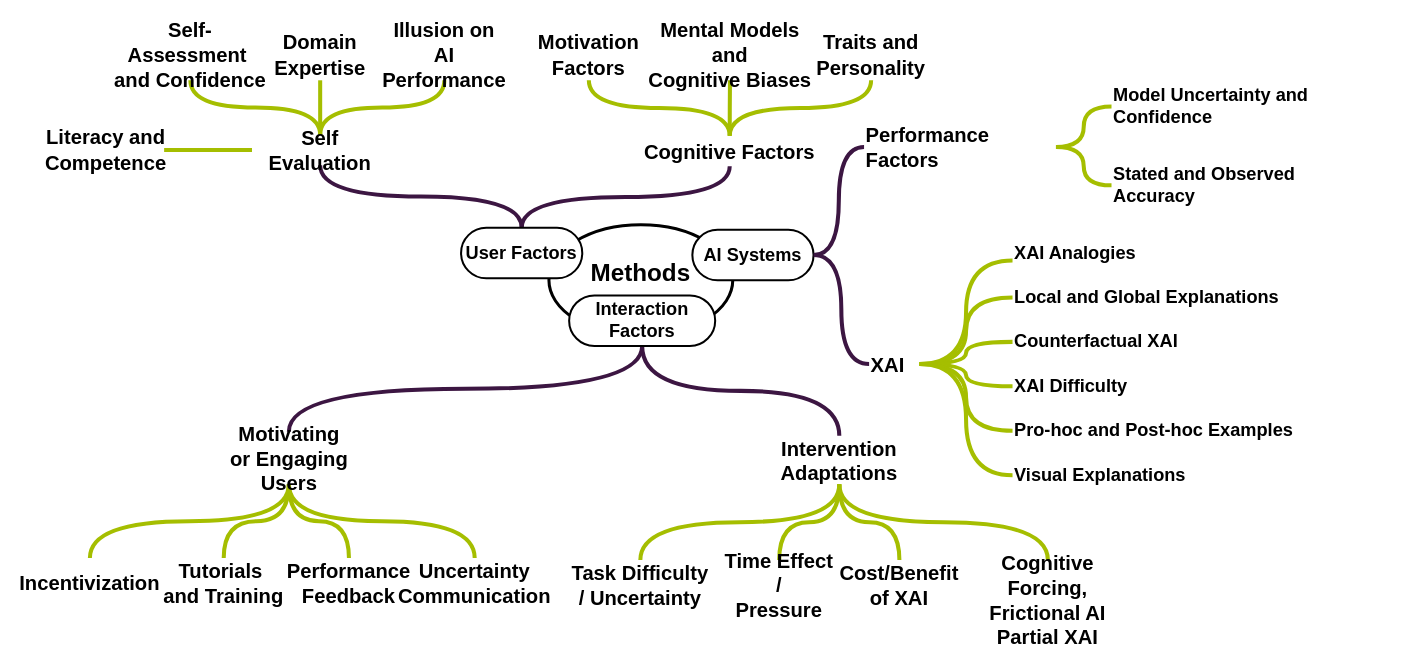
The draw.io diagram ext/chi-rev-method-overview.drawio in raeeschaudhary/Coursera_Exams, before the edit. Source tidied: cells renumbered, new cells numbered last; positions are measured from the earlier drawing's top-left corner, leaving out a move shared by most shapes. Both pictures are drawn from the tidied source at 101%, with x=0, y=0 at pixel (17, 29).
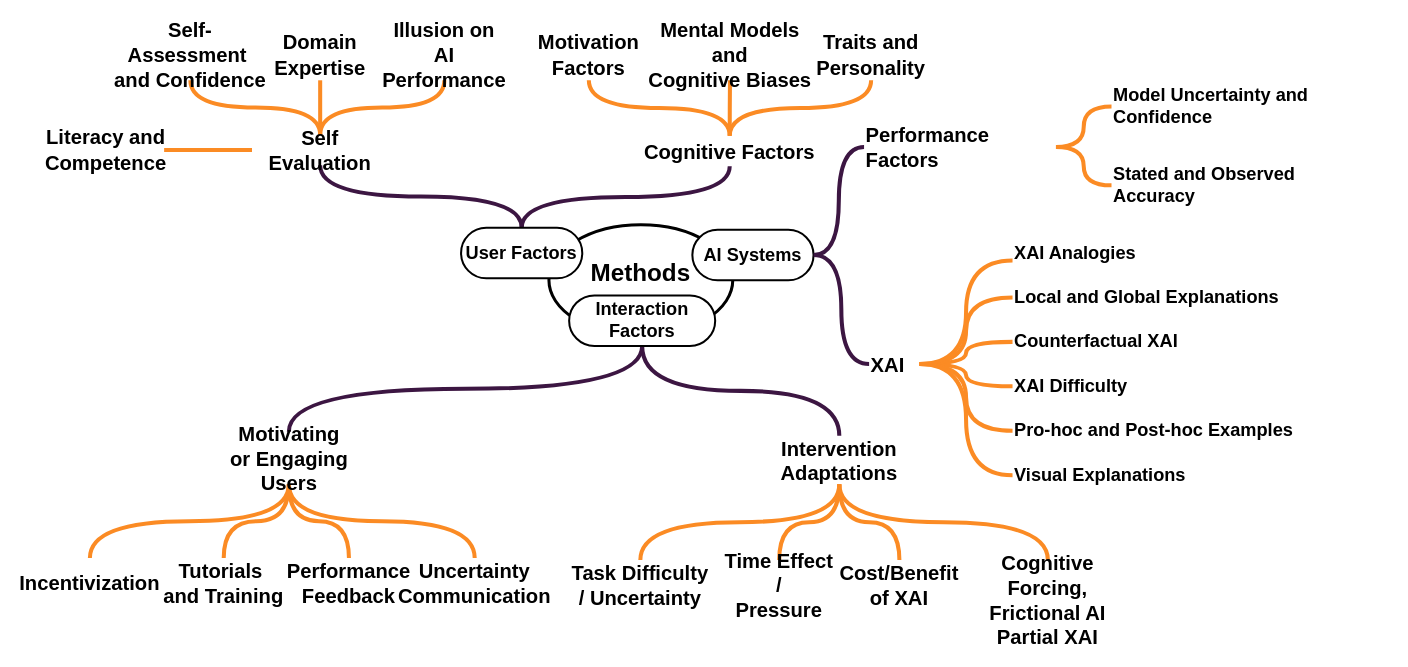
After the change.

Unchanged cells that the change refers to:
```xml
<mxCell id="11" value="&lt;span style=&quot;&quot;&gt;Performance Factors&lt;/span&gt;" style="text;html=1;whiteSpace=wrap;strokeColor=none;fillColor=none;align=left;verticalAlign=middle;rounded=0;fontFamily=corbel;fontStyle=1;fontSize=20;" parent="1" vertex="1">
<mxCell id="13" value="&lt;span style=&quot;&quot;&gt;XAI&lt;/span&gt;" style="text;html=1;whiteSpace=wrap;strokeColor=none;fillColor=none;align=left;verticalAlign=middle;rounded=0;fontFamily=corbel;fontStyle=1;fontSize=20;" parent="1" vertex="1">
<mxCell id="15" value="&lt;span&gt;&lt;span&gt;Model Uncertainty and Confidence&lt;/span&gt;&lt;/span&gt;" style="text;html=1;whiteSpace=wrap;strokeColor=none;fillColor=none;align=left;verticalAlign=middle;rounded=0;fontFamily=corbel;fontSize=18;fontStyle=1;" parent="1" vertex="1">
<mxCell id="16" value="&lt;span&gt;&lt;span&gt;Stated and Observed Accuracy&lt;/span&gt;&lt;/span&gt;" style="text;html=1;whiteSpace=wrap;strokeColor=none;fillColor=none;align=left;verticalAlign=middle;rounded=0;fontFamily=corbel;fontSize=18;fontStyle=1;" parent="1" vertex="1">
<mxCell id="19" value="&lt;span&gt;&lt;span&gt;XAI Analogies&lt;/span&gt;&lt;/span&gt;" style="text;html=1;whiteSpace=wrap;strokeColor=none;fillColor=none;align=left;verticalAlign=middle;rounded=0;fontFamily=corbel;fontSize=18;fontStyle=1;" parent="1" vertex="1">
<mxCell id="20" value="&lt;span&gt;&lt;span&gt;Local and Global Explanations&amp;nbsp;&lt;/span&gt;&lt;/span&gt;" style="text;html=1;whiteSpace=wrap;strokeColor=none;fillColor=none;align=left;verticalAlign=middle;rounded=0;fontFamily=corbel;fontSize=18;fontStyle=1;" parent="1" vertex="1">
<mxCell id="21" value="&lt;span&gt;&lt;span&gt;Counterfactual XAI&lt;/span&gt;&lt;/span&gt;" style="text;html=1;whiteSpace=wrap;strokeColor=none;fillColor=none;align=left;verticalAlign=middle;rounded=0;fontFamily=corbel;fontSize=18;fontStyle=1;" parent="1" vertex="1">
<mxCell id="22" value="&lt;span&gt;&lt;span&gt;XAI Difficulty&lt;/span&gt;&lt;/span&gt;" style="text;html=1;whiteSpace=wrap;strokeColor=none;fillColor=none;align=left;verticalAlign=middle;rounded=0;fontFamily=corbel;fontSize=18;fontStyle=1;" parent="1" vertex="1">
<mxCell id="23" value="&lt;span&gt;&lt;span&gt;Pro-hoc and Post-hoc Examples&lt;/span&gt;&lt;/span&gt;" style="text;html=1;whiteSpace=wrap;strokeColor=none;fillColor=none;align=left;verticalAlign=middle;rounded=0;fontFamily=corbel;fontSize=18;fontStyle=1;" parent="1" vertex="1">
<mxCell id="24" value="&lt;span&gt;&lt;span&gt;Visual Explanations&lt;/span&gt;&lt;/span&gt;" style="text;html=1;whiteSpace=wrap;strokeColor=none;fillColor=none;align=left;verticalAlign=middle;rounded=0;fontFamily=corbel;fontSize=18;fontStyle=1;" parent="1" vertex="1">
<mxCell id="34" value="&lt;span&gt;Motivating &lt;br&gt;or Engaging Users&lt;/span&gt;" style="text;html=1;whiteSpace=wrap;strokeColor=none;fillColor=none;align=center;verticalAlign=middle;rounded=0;fontFamily=corbel;fontStyle=1;fontSize=20;" parent="1" vertex="1">
<mxCell id="39" value="&lt;span&gt;Intervention Adaptations&lt;/span&gt;" style="text;html=1;whiteSpace=wrap;strokeColor=none;fillColor=none;align=center;verticalAlign=middle;rounded=0;fontFamily=corbel;fontStyle=1;fontSize=20;" parent="1" vertex="1">
<mxCell id="40" value="&lt;span&gt;&lt;span style=&quot;font-size:20px;&quot;&gt;Task Difficulty&lt;br&gt;&lt;/span&gt;&lt;span style=&quot;font-size:20px;&quot;&gt;/ Uncertainty&lt;/span&gt;&lt;/span&gt;" style="text;html=1;whiteSpace=wrap;strokeColor=none;fillColor=none;align=center;verticalAlign=middle;rounded=0;fontFamily=corbel;fontSize=18;fontStyle=1;" parent="1" vertex="1">
<mxCell id="41" value="&lt;span&gt;&lt;span style=&quot;font-size:20px;&quot;&gt;Time Effect /&lt;br&gt;&lt;/span&gt;&lt;span style=&quot;font-size:20px;&quot;&gt;Pressure&lt;/span&gt;&lt;/span&gt;" style="text;html=1;whiteSpace=wrap;strokeColor=none;fillColor=none;align=center;verticalAlign=middle;rounded=0;fontFamily=corbel;fontSize=18;fontStyle=1;" parent="1" vertex="1">
<mxCell id="42" value="&lt;span&gt;&lt;span style=&quot;font-size:20px;&quot;&gt;Cost/Benefit&lt;br&gt;&lt;/span&gt;&lt;span style=&quot;font-size:20px;&quot;&gt;of XAI&lt;/span&gt;&lt;/span&gt;" style="text;html=1;whiteSpace=wrap;strokeColor=none;fillColor=none;align=center;verticalAlign=middle;rounded=0;fontFamily=corbel;fontSize=18;fontStyle=1;" parent="1" vertex="1">
<mxCell id="43" value="&lt;span&gt;&lt;span style=&quot;font-size:20px;&quot;&gt;Cognitive Forcing, &lt;br&gt;&lt;/span&gt;&lt;span style=&quot;font-size:20px;&quot;&gt;Frictional AI&lt;br&gt;&lt;/span&gt;&lt;span style=&quot;font-size:20px;&quot;&gt;Partial XAI&lt;/span&gt;&lt;/span&gt;" style="text;html=1;whiteSpace=wrap;strokeColor=none;fillColor=none;align=center;verticalAlign=middle;rounded=0;fontFamily=corbel;fontSize=18;fontStyle=1;" parent="1" vertex="1">
<mxCell id="44" value="&lt;span&gt;&lt;span style=&quot;font-size:20px;&quot;&gt;Incentivization&lt;/span&gt;&lt;/span&gt;" style="text;html=1;whiteSpace=wrap;strokeColor=none;fillColor=none;align=center;verticalAlign=middle;rounded=0;fontFamily=corbel;fontSize=18;fontStyle=1;" parent="1" vertex="1">
<mxCell id="45" value="&lt;span&gt;&lt;span&gt;&lt;span style=&quot;font-size: 20px;&quot;&gt;Tutorials&amp;nbsp;&lt;br&gt;&lt;/span&gt;&lt;/span&gt;&lt;span style=&quot;background-color: transparent; color: light-dark(rgb(0, 0, 0), rgb(255, 255, 255)); font-size: 20px;&quot;&gt;and&amp;nbsp;&lt;/span&gt;&lt;span style=&quot;background-color: transparent; color: light-dark(rgb(0, 0, 0), rgb(255, 255, 255)); font-size: 20px;&quot;&gt;Training&lt;/span&gt;&lt;/span&gt;" style="text;html=1;whiteSpace=wrap;strokeColor=none;fillColor=none;align=center;verticalAlign=middle;rounded=0;fontFamily=corbel;fontSize=18;fontStyle=1;" parent="1" vertex="1">
<mxCell id="46" value="&lt;span&gt;&lt;span style=&quot;font-size:20px;&quot;&gt;Performance&lt;br&gt;&lt;/span&gt;&lt;span style=&quot;font-size:20px;&quot;&gt;Feedback&lt;/span&gt;&lt;/span&gt;" style="text;html=1;whiteSpace=wrap;strokeColor=none;fillColor=none;align=center;verticalAlign=middle;rounded=0;fontFamily=corbel;fontSize=18;fontStyle=1;" parent="1" vertex="1">
<mxCell id="47" value="&lt;span style=&quot;font-size: 20px;&quot;&gt;Uncertainty&lt;br&gt;&lt;/span&gt;&lt;span style=&quot;font-size: 20px;&quot;&gt;Communication&lt;/span&gt;" style="text;html=1;whiteSpace=wrap;strokeColor=none;fillColor=none;align=center;verticalAlign=middle;rounded=0;fontFamily=corbel;fontSize=18;fontStyle=1;" parent="1" vertex="1">
<mxCell id="51" value="&lt;span&gt;Cognitive Factors&lt;/span&gt;" style="text;html=1;whiteSpace=wrap;strokeColor=none;fillColor=none;align=center;verticalAlign=middle;rounded=0;fontFamily=corbel;fontStyle=1;fontSize=20;" parent="1" vertex="1">
<mxCell id="56" value="&lt;span&gt;Self Evaluation&lt;/span&gt;" style="text;html=1;whiteSpace=wrap;strokeColor=none;fillColor=none;align=center;verticalAlign=middle;rounded=0;fontFamily=corbel;fontStyle=1;fontSize=20;" parent="1" vertex="1">
<mxCell id="57" value="&lt;span&gt;&lt;span style=&quot;font-size:20px;&quot;&gt;Motivation&lt;br&gt;Factors&lt;/span&gt;&lt;/span&gt;" style="text;html=1;whiteSpace=wrap;strokeColor=none;fillColor=none;align=center;verticalAlign=middle;rounded=0;fontFamily=corbel;fontSize=18;fontStyle=1;" parent="1" vertex="1">
<mxCell id="58" value="&lt;span&gt;&lt;span style=&quot;font-size: 20px;&quot;&gt;Mental Models and&lt;br&gt;&lt;/span&gt;&lt;span style=&quot;font-size: 20px;&quot;&gt;Cognitive Biases&lt;/span&gt;&lt;/span&gt;" style="text;html=1;whiteSpace=wrap;strokeColor=none;fillColor=none;align=center;verticalAlign=middle;rounded=0;fontFamily=corbel;fontSize=18;fontStyle=1;" parent="1" vertex="1">
<mxCell id="59" value="&lt;span style=&quot;font-size: 20px;&quot;&gt;Traits and&lt;br&gt;&lt;/span&gt;&lt;span style=&quot;font-size: 20px;&quot;&gt;Personality&lt;/span&gt;" style="text;html=1;whiteSpace=wrap;strokeColor=none;fillColor=none;align=center;verticalAlign=middle;rounded=0;fontFamily=corbel;fontSize=18;fontStyle=1;" parent="1" vertex="1">
<mxCell id="60" value="&lt;span&gt;&lt;span style=&quot;font-size:20px;&quot;&gt;Self-Assessment&amp;nbsp;&lt;/span&gt;&lt;/span&gt;&lt;div&gt;&lt;span&gt;&lt;span style=&quot;font-size:20px;&quot;&gt;and&amp;nbsp;&lt;/span&gt;&lt;span style=&quot;font-size:20px;&quot;&gt;Confidence&lt;/span&gt;&lt;/span&gt;&lt;/div&gt;" style="text;html=1;whiteSpace=wrap;strokeColor=none;fillColor=none;align=center;verticalAlign=middle;rounded=0;fontFamily=corbel;fontSize=18;fontStyle=1;" parent="1" vertex="1">
<mxCell id="61" value="&lt;span&gt;&lt;span style=&quot;font-size:20px;&quot;&gt;Domain&lt;br&gt;&lt;/span&gt;&lt;span style=&quot;font-size:20px;&quot;&gt;Expertise&lt;/span&gt;&lt;/span&gt;" style="text;html=1;whiteSpace=wrap;strokeColor=none;fillColor=none;align=center;verticalAlign=middle;rounded=0;fontFamily=corbel;fontSize=18;fontStyle=1;" parent="1" vertex="1">
<mxCell id="62" value="&lt;span&gt;&lt;span style=&quot;font-size:20px;&quot;&gt;Illusion on AI&lt;br&gt;&lt;/span&gt;&lt;span style=&quot;font-size:20px;&quot;&gt;Performance&lt;/span&gt;&lt;/span&gt;" style="text;html=1;whiteSpace=wrap;strokeColor=none;fillColor=none;align=center;verticalAlign=middle;rounded=0;fontFamily=corbel;fontSize=18;fontStyle=1;" parent="1" vertex="1">
<mxCell id="63" value="&lt;span&gt;&lt;span style=&quot;font-size:20px;&quot;&gt;Literacy and &lt;br&gt;&lt;/span&gt;&lt;span style=&quot;font-size:20px;&quot;&gt;Competence&lt;/span&gt;&lt;/span&gt;" style="text;html=1;whiteSpace=wrap;strokeColor=none;fillColor=none;align=center;verticalAlign=middle;rounded=0;fontFamily=corbel;fontSize=18;fontStyle=1;" parent="1" vertex="1">
```

The edit, as a diff of the source:
```diff
@@
-    <mxCell id="12" style="edgeStyle=orthogonalEdgeStyle;rounded=0;jettySize=auto;html=1;exitX=1;exitY=0.5;exitDx=0;exitDy=0;entryX=0;entryY=0.5;entryDx=0;entryDy=0;curved=1;strokeWidth=4;endArrow=none;endFill=0;strokeColor=#A5BE00;" parent="1" edge="1" source="13" target="21">
+    <mxCell id="12" style="edgeStyle=orthogonalEdgeStyle;rounded=0;jettySize=auto;html=1;exitX=1;exitY=0.5;exitDx=0;exitDy=0;entryX=0;entryY=0.5;entryDx=0;entryDy=0;curved=1;strokeWidth=4;endArrow=none;endFill=0;strokeColor=#FB8B24;" parent="1" edge="1" source="13" target="21">
       <mxGeometry relative="1" as="geometry" />
     </mxCell>
@@
-    <mxCell id="17" style="edgeStyle=orthogonalEdgeStyle;rounded=0;jettySize=auto;html=1;exitX=1;exitY=0.5;exitDx=0;exitDy=0;entryX=0;entryY=0.5;entryDx=0;entryDy=0;strokeWidth=4;curved=1;endArrow=none;endFill=0;strokeColor=#A5BE00;" parent="1" edge="1" source="11" target="15">
+    <mxCell id="17" style="edgeStyle=orthogonalEdgeStyle;rounded=0;jettySize=auto;html=1;exitX=1;exitY=0.5;exitDx=0;exitDy=0;entryX=0;entryY=0.5;entryDx=0;entryDy=0;strokeWidth=4;curved=1;endArrow=none;endFill=0;strokeColor=#FB8B24;" parent="1" edge="1" source="11" target="15">
       <mxGeometry relative="1" as="geometry" />
     </mxCell>
-    <mxCell id="18" style="edgeStyle=orthogonalEdgeStyle;rounded=0;jettySize=auto;html=1;entryX=0;entryY=0.5;entryDx=0;entryDy=0;strokeWidth=4;curved=1;endArrow=none;endFill=0;strokeColor=#A5BE00;" parent="1" edge="1" source="11" target="16">
+    <mxCell id="18" style="edgeStyle=orthogonalEdgeStyle;rounded=0;jettySize=auto;html=1;entryX=0;entryY=0.5;entryDx=0;entryDy=0;strokeWidth=4;curved=1;endArrow=none;endFill=0;strokeColor=#FB8B24;" parent="1" edge="1" source="11" target="16">
       <mxGeometry relative="1" as="geometry" />
     </mxCell>
@@
-    <mxCell id="25" style="edgeStyle=orthogonalEdgeStyle;rounded=0;jettySize=auto;html=1;exitX=1;exitY=0.5;exitDx=0;exitDy=0;entryX=0;entryY=0.5;entryDx=0;entryDy=0;strokeWidth=4;curved=1;endArrow=none;endFill=0;strokeColor=#A5BE00;" parent="1" edge="1" source="13" target="20">
+    <mxCell id="25" style="edgeStyle=orthogonalEdgeStyle;rounded=0;jettySize=auto;html=1;exitX=1;exitY=0.5;exitDx=0;exitDy=0;entryX=0;entryY=0.5;entryDx=0;entryDy=0;strokeWidth=4;curved=1;endArrow=none;endFill=0;strokeColor=#FB8B24;" parent="1" edge="1" source="13" target="20">
       <mxGeometry relative="1" as="geometry" />
     </mxCell>
-    <mxCell id="26" style="edgeStyle=orthogonalEdgeStyle;rounded=0;jettySize=auto;html=1;exitX=1;exitY=0.5;exitDx=0;exitDy=0;entryX=0;entryY=0.5;entryDx=0;entryDy=0;strokeWidth=4;curved=1;endArrow=none;endFill=0;strokeColor=#A5BE00;" parent="1" edge="1" source="13" target="22">
+    <mxCell id="26" style="edgeStyle=orthogonalEdgeStyle;rounded=0;jettySize=auto;html=1;exitX=1;exitY=0.5;exitDx=0;exitDy=0;entryX=0;entryY=0.5;entryDx=0;entryDy=0;strokeWidth=4;curved=1;endArrow=none;endFill=0;strokeColor=#FB8B24;" parent="1" edge="1" source="13" target="22">
       <mxGeometry relative="1" as="geometry" />
     </mxCell>
-    <mxCell id="27" style="edgeStyle=orthogonalEdgeStyle;rounded=0;jettySize=auto;html=1;exitX=1;exitY=0.5;exitDx=0;exitDy=0;entryX=0;entryY=0.5;entryDx=0;entryDy=0;strokeWidth=4;curved=1;endArrow=none;endFill=0;strokeColor=#A5BE00;" parent="1" edge="1" source="13" target="23">
+    <mxCell id="27" style="edgeStyle=orthogonalEdgeStyle;rounded=0;jettySize=auto;html=1;exitX=1;exitY=0.5;exitDx=0;exitDy=0;entryX=0;entryY=0.5;entryDx=0;entryDy=0;strokeWidth=4;curved=1;endArrow=none;endFill=0;strokeColor=#FB8B24;" parent="1" edge="1" source="13" target="23">
       <mxGeometry relative="1" as="geometry" />
     </mxCell>
-    <mxCell id="28" style="edgeStyle=orthogonalEdgeStyle;rounded=0;jettySize=auto;html=1;exitX=1;exitY=0.5;exitDx=0;exitDy=0;entryX=0;entryY=0.5;entryDx=0;entryDy=0;strokeWidth=4;curved=1;endArrow=none;endFill=0;strokeColor=#A5BE00;" parent="1" edge="1" source="13" target="24">
+    <mxCell id="28" style="edgeStyle=orthogonalEdgeStyle;rounded=0;jettySize=auto;html=1;exitX=1;exitY=0.5;exitDx=0;exitDy=0;entryX=0;entryY=0.5;entryDx=0;entryDy=0;strokeWidth=4;curved=1;endArrow=none;endFill=0;strokeColor=#FB8B24;" parent="1" edge="1" source="13" target="24">
       <mxGeometry relative="1" as="geometry" />
     </mxCell>
-    <mxCell id="29" style="edgeStyle=orthogonalEdgeStyle;rounded=0;jettySize=auto;html=1;exitX=1;exitY=0.5;exitDx=0;exitDy=0;entryX=0;entryY=0.75;entryDx=0;entryDy=0;strokeWidth=4;curved=1;endArrow=none;endFill=0;strokeColor=#A5BE00;" parent="1" edge="1" source="13" target="19">
+    <mxCell id="29" style="edgeStyle=orthogonalEdgeStyle;rounded=0;jettySize=auto;html=1;exitX=1;exitY=0.5;exitDx=0;exitDy=0;entryX=0;entryY=0.75;entryDx=0;entryDy=0;strokeWidth=4;curved=1;endArrow=none;endFill=0;strokeColor=#FB8B24;" parent="1" edge="1" source="13" target="19">
       <mxGeometry relative="1" as="geometry" />
     </mxCell>
-    <mxCell id="30" style="edgeStyle=orthogonalEdgeStyle;rounded=0;jettySize=auto;html=1;exitX=0.5;exitY=1;exitDx=0;exitDy=0;entryX=0.5;entryY=0;entryDx=0;entryDy=0;strokeWidth=4;curved=1;endArrow=none;endFill=0;strokeColor=#A5BE00;" parent="1" edge="1" source="34" target="47">
+    <mxCell id="30" style="edgeStyle=orthogonalEdgeStyle;rounded=0;jettySize=auto;html=1;exitX=0.5;exitY=1;exitDx=0;exitDy=0;entryX=0.5;entryY=0;entryDx=0;entryDy=0;strokeWidth=4;curved=1;endArrow=none;endFill=0;strokeColor=#FB8B24;" parent="1" edge="1" source="34" target="47">
       <mxGeometry relative="1" as="geometry" />
     </mxCell>
-    <mxCell id="31" style="edgeStyle=orthogonalEdgeStyle;rounded=0;jettySize=auto;html=1;exitX=0.5;exitY=1;exitDx=0;exitDy=0;entryX=0.5;entryY=0;entryDx=0;entryDy=0;strokeWidth=4;curved=1;endArrow=none;endFill=0;strokeColor=#A5BE00;" parent="1" edge="1" source="34" target="46">
+    <mxCell id="31" style="edgeStyle=orthogonalEdgeStyle;rounded=0;jettySize=auto;html=1;exitX=0.5;exitY=1;exitDx=0;exitDy=0;entryX=0.5;entryY=0;entryDx=0;entryDy=0;strokeWidth=4;curved=1;endArrow=none;endFill=0;strokeColor=#FB8B24;" parent="1" edge="1" source="34" target="46">
       <mxGeometry relative="1" as="geometry" />
     </mxCell>
-    <mxCell id="32" style="edgeStyle=orthogonalEdgeStyle;rounded=0;jettySize=auto;html=1;exitX=0.5;exitY=1;exitDx=0;exitDy=0;entryX=0.5;entryY=0;entryDx=0;entryDy=0;strokeWidth=4;curved=1;endArrow=none;endFill=0;strokeColor=#A5BE00;" parent="1" edge="1" source="34" target="45">
+    <mxCell id="32" style="edgeStyle=orthogonalEdgeStyle;rounded=0;jettySize=auto;html=1;exitX=0.5;exitY=1;exitDx=0;exitDy=0;entryX=0.5;entryY=0;entryDx=0;entryDy=0;strokeWidth=4;curved=1;endArrow=none;endFill=0;strokeColor=#FB8B24;" parent="1" edge="1" source="34" target="45">
       <mxGeometry relative="1" as="geometry" />
     </mxCell>
-    <mxCell id="33" style="edgeStyle=orthogonalEdgeStyle;rounded=0;jettySize=auto;html=1;exitX=0.5;exitY=1;exitDx=0;exitDy=0;entryX=0.5;entryY=0;entryDx=0;entryDy=0;strokeWidth=4;curved=1;endArrow=none;endFill=0;strokeColor=#A5BE00;" parent="1" edge="1" source="34" target="44">
+    <mxCell id="33" style="edgeStyle=orthogonalEdgeStyle;rounded=0;jettySize=auto;html=1;exitX=0.5;exitY=1;exitDx=0;exitDy=0;entryX=0.5;entryY=0;entryDx=0;entryDy=0;strokeWidth=4;curved=1;endArrow=none;endFill=0;strokeColor=#FB8B24;" parent="1" edge="1" source="34" target="44">
       <mxGeometry relative="1" as="geometry" />
     </mxCell>
@@
-    <mxCell id="35" style="edgeStyle=orthogonalEdgeStyle;rounded=0;jettySize=auto;html=1;exitX=0.5;exitY=1;exitDx=0;exitDy=0;entryX=0.5;entryY=0;entryDx=0;entryDy=0;strokeWidth=4;curved=1;endArrow=none;endFill=0;strokeColor=#A5BE00;" parent="1" edge="1" source="39" target="40">
+    <mxCell id="35" style="edgeStyle=orthogonalEdgeStyle;rounded=0;jettySize=auto;html=1;exitX=0.5;exitY=1;exitDx=0;exitDy=0;entryX=0.5;entryY=0;entryDx=0;entryDy=0;strokeWidth=4;curved=1;endArrow=none;endFill=0;strokeColor=#FB8B24;" parent="1" edge="1" source="39" target="40">
       <mxGeometry relative="1" as="geometry" />
     </mxCell>
-    <mxCell id="36" style="edgeStyle=orthogonalEdgeStyle;rounded=0;jettySize=auto;html=1;exitX=0.5;exitY=1;exitDx=0;exitDy=0;entryX=0.5;entryY=0;entryDx=0;entryDy=0;strokeWidth=4;curved=1;endArrow=none;endFill=0;strokeColor=#A5BE00;" parent="1" edge="1" source="39" target="41">
+    <mxCell id="36" style="edgeStyle=orthogonalEdgeStyle;rounded=0;jettySize=auto;html=1;exitX=0.5;exitY=1;exitDx=0;exitDy=0;entryX=0.5;entryY=0;entryDx=0;entryDy=0;strokeWidth=4;curved=1;endArrow=none;endFill=0;strokeColor=#FB8B24;" parent="1" edge="1" source="39" target="41">
       <mxGeometry relative="1" as="geometry" />
     </mxCell>
-    <mxCell id="37" style="edgeStyle=orthogonalEdgeStyle;rounded=0;jettySize=auto;html=1;exitX=0.5;exitY=1;exitDx=0;exitDy=0;entryX=0.5;entryY=0;entryDx=0;entryDy=0;strokeWidth=4;curved=1;endArrow=none;endFill=0;strokeColor=#A5BE00;" parent="1" edge="1" source="39" target="42">
+    <mxCell id="37" style="edgeStyle=orthogonalEdgeStyle;rounded=0;jettySize=auto;html=1;exitX=0.5;exitY=1;exitDx=0;exitDy=0;entryX=0.5;entryY=0;entryDx=0;entryDy=0;strokeWidth=4;curved=1;endArrow=none;endFill=0;strokeColor=#FB8B24;" parent="1" edge="1" source="39" target="42">
       <mxGeometry relative="1" as="geometry" />
     </mxCell>
-    <mxCell id="38" style="edgeStyle=orthogonalEdgeStyle;rounded=0;jettySize=auto;html=1;exitX=0.5;exitY=1;exitDx=0;exitDy=0;entryX=0.5;entryY=0;entryDx=0;entryDy=0;strokeWidth=4;curved=1;endArrow=none;endFill=0;strokeColor=#A5BE00;" parent="1" edge="1" source="39" target="43">
+    <mxCell id="38" style="edgeStyle=orthogonalEdgeStyle;rounded=0;jettySize=auto;html=1;exitX=0.5;exitY=1;exitDx=0;exitDy=0;entryX=0.5;entryY=0;entryDx=0;entryDy=0;strokeWidth=4;curved=1;endArrow=none;endFill=0;strokeColor=#FB8B24;" parent="1" edge="1" source="39" target="43">
       <mxGeometry relative="1" as="geometry" />
     </mxCell>
@@
-    <mxCell id="48" style="edgeStyle=orthogonalEdgeStyle;rounded=0;jettySize=auto;html=1;exitX=0.5;exitY=0;exitDx=0;exitDy=0;strokeWidth=4;curved=1;endArrow=none;endFill=0;strokeColor=#A5BE00;" parent="1" edge="1" source="51" target="57">
+    <mxCell id="48" style="edgeStyle=orthogonalEdgeStyle;rounded=0;jettySize=auto;html=1;exitX=0.5;exitY=0;exitDx=0;exitDy=0;strokeWidth=4;curved=1;endArrow=none;endFill=0;strokeColor=#FB8B24;" parent="1" edge="1" source="51" target="57">
       <mxGeometry relative="1" as="geometry" />
     </mxCell>
-    <mxCell id="49" style="edgeStyle=orthogonalEdgeStyle;rounded=0;jettySize=auto;html=1;exitX=0.5;exitY=0;exitDx=0;exitDy=0;entryX=0.5;entryY=1;entryDx=0;entryDy=0;strokeWidth=4;curved=1;endArrow=none;endFill=0;strokeColor=#A5BE00;" parent="1" edge="1" source="51" target="59">
+    <mxCell id="49" style="edgeStyle=orthogonalEdgeStyle;rounded=0;jettySize=auto;html=1;exitX=0.5;exitY=0;exitDx=0;exitDy=0;entryX=0.5;entryY=1;entryDx=0;entryDy=0;strokeWidth=4;curved=1;endArrow=none;endFill=0;strokeColor=#FB8B24;" parent="1" edge="1" source="51" target="59">
       <mxGeometry relative="1" as="geometry" />
     </mxCell>
-    <mxCell id="50" style="edgeStyle=orthogonalEdgeStyle;rounded=0;jettySize=auto;html=1;exitX=0.5;exitY=0;exitDx=0;exitDy=0;entryX=0.5;entryY=1;entryDx=0;entryDy=0;curved=1;endArrow=none;endFill=0;strokeWidth=4;strokeColor=#A5BE00;" parent="1" edge="1" source="51" target="58">
+    <mxCell id="50" style="edgeStyle=orthogonalEdgeStyle;rounded=0;jettySize=auto;html=1;exitX=0.5;exitY=0;exitDx=0;exitDy=0;entryX=0.5;entryY=1;entryDx=0;entryDy=0;curved=1;endArrow=none;endFill=0;strokeWidth=4;strokeColor=#FB8B24;" parent="1" edge="1" source="51" target="58">
       <mxGeometry relative="1" as="geometry" />
     </mxCell>
@@
-    <mxCell id="52" style="edgeStyle=orthogonalEdgeStyle;rounded=0;jettySize=auto;html=1;exitX=0.5;exitY=0;exitDx=0;exitDy=0;entryX=0.5;entryY=1;entryDx=0;entryDy=0;strokeWidth=4;endArrow=none;endFill=0;curved=1;strokeColor=#A5BE00;" parent="1" edge="1" source="56" target="62">
+    <mxCell id="52" style="edgeStyle=orthogonalEdgeStyle;rounded=0;jettySize=auto;html=1;exitX=0.5;exitY=0;exitDx=0;exitDy=0;entryX=0.5;entryY=1;entryDx=0;entryDy=0;strokeWidth=4;endArrow=none;endFill=0;curved=1;strokeColor=#FB8B24;" parent="1" edge="1" source="56" target="62">
       <mxGeometry relative="1" as="geometry" />
     </mxCell>
-    <mxCell id="53" style="edgeStyle=orthogonalEdgeStyle;rounded=0;jettySize=auto;html=1;exitX=0.5;exitY=0;exitDx=0;exitDy=0;entryX=0.5;entryY=1;entryDx=0;entryDy=0;strokeWidth=4;endArrow=none;endFill=0;curved=1;strokeColor=#A5BE00;" parent="1" edge="1" source="56" target="60">
+    <mxCell id="53" style="edgeStyle=orthogonalEdgeStyle;rounded=0;jettySize=auto;html=1;exitX=0.5;exitY=0;exitDx=0;exitDy=0;entryX=0.5;entryY=1;entryDx=0;entryDy=0;strokeWidth=4;endArrow=none;endFill=0;curved=1;strokeColor=#FB8B24;" parent="1" edge="1" source="56" target="60">
       <mxGeometry relative="1" as="geometry" />
     </mxCell>
-    <mxCell id="54" style="edgeStyle=orthogonalEdgeStyle;rounded=0;jettySize=auto;html=1;exitX=0.5;exitY=0;exitDx=0;exitDy=0;entryX=0.5;entryY=1;entryDx=0;entryDy=0;strokeWidth=4;endArrow=none;endFill=0;curved=1;strokeColor=#A5BE00;" parent="1" edge="1" source="56" target="61">
+    <mxCell id="54" style="edgeStyle=orthogonalEdgeStyle;rounded=0;jettySize=auto;html=1;exitX=0.5;exitY=0;exitDx=0;exitDy=0;entryX=0.5;entryY=1;entryDx=0;entryDy=0;strokeWidth=4;endArrow=none;endFill=0;curved=1;strokeColor=#FB8B24;" parent="1" edge="1" source="56" target="61">
       <mxGeometry relative="1" as="geometry" />
     </mxCell>
-    <mxCell id="55" style="edgeStyle=orthogonalEdgeStyle;rounded=0;jettySize=auto;html=1;exitX=0;exitY=0.5;exitDx=0;exitDy=0;entryX=1;entryY=0.5;entryDx=0;entryDy=0;strokeWidth=4;endArrow=none;endFill=0;strokeColor=#A5BE00;" parent="1" edge="1" source="56" target="63">
+    <mxCell id="55" style="edgeStyle=orthogonalEdgeStyle;rounded=0;jettySize=auto;html=1;exitX=0;exitY=0.5;exitDx=0;exitDy=0;entryX=1;entryY=0.5;entryDx=0;entryDy=0;strokeWidth=4;endArrow=none;endFill=0;strokeColor=#FB8B24;" parent="1" edge="1" source="56" target="63">
       <mxGeometry relative="1" as="geometry" />
     </mxCell>
```
